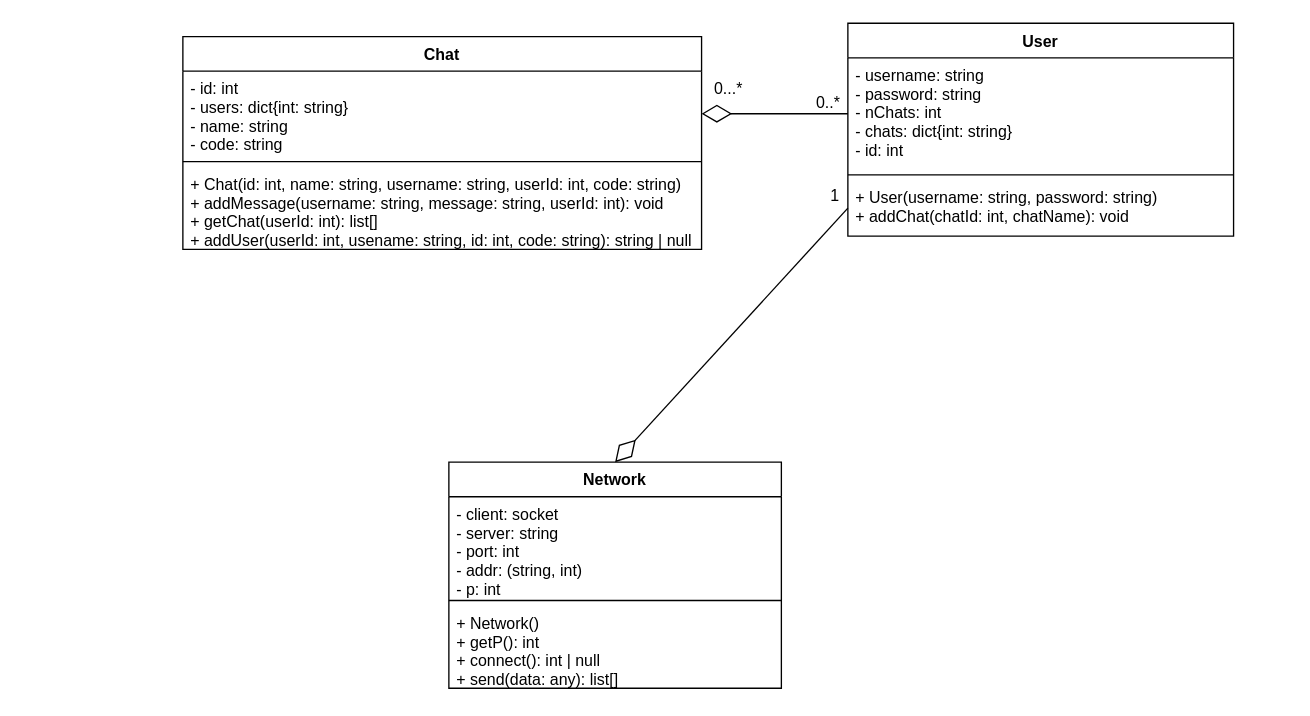
Above: ChatTogether/UML/ClassDiagram.drawio in Mo27x/pyclan (draw.io), before the change. Source tidied: cells renumbered, new cells numbered last; positions are measured from the earlier drawing's top-left corner, leaving out a move shared by most shapes. Both pictures are drawn from the tidied source at 133%, with x=0, y=0 at pixel (182, 23).
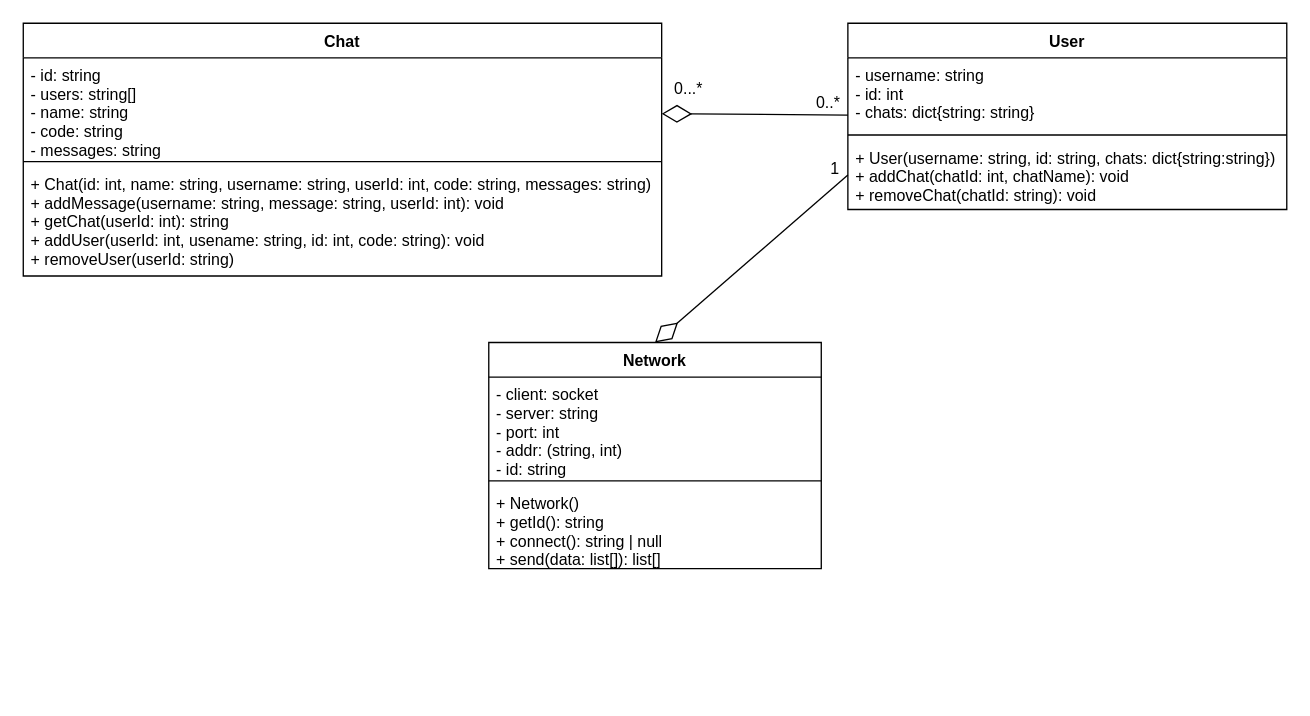
The same diagram, later.

What changed in the source:
```diff
@@
 <mxGraphModel>
   <root>
     <mxCell id="0" />
     <mxCell id="1" parent="0" />
     <mxCell id="2" value="User" style="swimlane;fontStyle=1;align=center;verticalAlign=top;horizontal=1;startSize=26;" parent="1" vertex="1">
-      <mxGeometry x="500" width="290" height="160" as="geometry" />
+      <mxGeometry x="500" width="330" height="140" as="geometry" />
     </mxCell>
-    <mxCell id="3" value="- username: string&#10;- password: string&#10;- nChats: int&#10;- chats: dict{int: string}&#10;- id: int" style="text;strokeColor=none;fillColor=none;align=left;verticalAlign=top;spacingLeft=4;spacingRight=4;overflow=hidden;points=[[0,0.5],[1,0.5]];portConstraint=eastwest;" parent="2" vertex="1">
-      <mxGeometry y="26" width="290" height="84" as="geometry" />
+    <mxCell id="3" value="- username: string&#10;- id: int&#10;- chats: dict{string: string}" style="text;strokeColor=none;fillColor=none;align=left;verticalAlign=top;spacingLeft=4;spacingRight=4;overflow=hidden;points=[[0,0.5],[1,0.5]];portConstraint=eastwest;" parent="2" vertex="1">
+      <mxGeometry y="26" width="330" height="54" as="geometry" />
     </mxCell>
     <mxCell id="4" style="line;strokeWidth=1;fillColor=none;align=left;verticalAlign=middle;spacingTop=-1;spacingLeft=3;spacingRight=3;labelPosition=right;" parent="2" vertex="1">
-      <mxGeometry y="110" width="290" height="8" as="geometry" />
+      <mxGeometry y="80" width="330" height="8" as="geometry" />
     </mxCell>
-    <mxCell id="5" value="+ User(username: string, password: string)&#10;+ addChat(chatId: int, chatName): void" style="text;strokeColor=none;fillColor=none;align=left;verticalAlign=top;spacingLeft=4;spacingRight=4;overflow=hidden;points=[[0,0.5],[1,0.5]];portConstraint=eastwest;" parent="2" vertex="1">
-      <mxGeometry y="118" width="290" height="42" as="geometry" />
+    <mxCell id="5" value="+ User(username: string, id: string, chats: dict{string:string})&#10;+ addChat(chatId: int, chatName): void&#10;+ removeChat(chatId: string): void" style="text;strokeColor=none;fillColor=none;align=left;verticalAlign=top;spacingLeft=4;spacingRight=4;overflow=hidden;points=[[0,0.5],[1,0.5]];portConstraint=eastwest;" parent="2" vertex="1">
+      <mxGeometry y="88" width="330" height="52" as="geometry" />
     </mxCell>
     <mxCell id="6" value="Chat" style="swimlane;fontStyle=1;align=center;verticalAlign=top;horizontal=1;startSize=26;" parent="1" vertex="1">
-      <mxGeometry y="10" width="390" height="160" as="geometry" />
+      <mxGeometry x="-120" width="480" height="190" as="geometry" />
     </mxCell>
-    <mxCell id="7" value="- id: int&#10;- users: dict{int: string}&#10;- name: string&#10;- code: string" style="text;strokeColor=none;fillColor=none;align=left;verticalAlign=top;spacingLeft=4;spacingRight=4;overflow=hidden;points=[[0,0.5],[1,0.5]];portConstraint=eastwest;" parent="6" vertex="1">
-      <mxGeometry y="26" width="390" height="64" as="geometry" />
+    <mxCell id="7" value="- id: string&#10;- users: string[]&#10;- name: string&#10;- code: string&#10;- messages: string" style="text;strokeColor=none;fillColor=none;align=left;verticalAlign=top;spacingLeft=4;spacingRight=4;overflow=hidden;points=[[0,0.5],[1,0.5]];portConstraint=eastwest;" parent="6" vertex="1">
+      <mxGeometry y="26" width="480" height="74" as="geometry" />
     </mxCell>
     <mxCell id="8" style="line;strokeWidth=1;fillColor=none;align=left;verticalAlign=middle;spacingTop=-1;spacingLeft=3;spacingRight=3;labelPosition=right;" parent="6" vertex="1">
-      <mxGeometry y="90" width="390" height="8" as="geometry" />
+      <mxGeometry y="100" width="480" height="8" as="geometry" />
     </mxCell>
-    <mxCell id="9" value="+ Chat(id: int, name: string, username: string, userId: int, code: string)&#10;+ addMessage(username: string, message: string, userId: int): void&#10;+ getChat(userId: int): list[]&#10;+ addUser(userId: int, usename: string, id: int, code: string): string | null" style="text;strokeColor=none;fillColor=none;align=left;verticalAlign=top;spacingLeft=4;spacingRight=4;overflow=hidden;" parent="6" vertex="1">
-      <mxGeometry y="98" width="390" height="62" as="geometry" />
+    <mxCell id="9" value="+ Chat(id: int, name: string, username: string, userId: int, code: string, messages: string)&#10;+ addMessage(username: string, message: string, userId: int): void&#10;+ getChat(userId: int): string&#10;+ addUser(userId: int, usename: string, id: int, code: string): void&#10;+ removeUser(userId: string)" style="text;strokeColor=none;fillColor=none;align=left;verticalAlign=top;spacingLeft=4;spacingRight=4;overflow=hidden;" parent="6" vertex="1">
+      <mxGeometry y="108" width="480" height="82" as="geometry" />
     </mxCell>
     <mxCell id="10" value="Network" style="swimlane;fontStyle=1;align=center;verticalAlign=top;horizontal=1;startSize=26;" parent="1" vertex="1">
-      <mxGeometry x="200" y="330" width="250" height="170" as="geometry" />
+      <mxGeometry x="230" y="240" width="250" height="170" as="geometry" />
     </mxCell>
-    <mxCell id="11" value="- client: socket&#10;- server: string&#10;- port: int&#10;- addr: (string, int)&#10;- p: int" style="text;strokeColor=none;fillColor=none;align=left;verticalAlign=top;spacingLeft=4;spacingRight=4;overflow=hidden;" parent="10" vertex="1">
+    <mxCell id="11" value="- client: socket&#10;- server: string&#10;- port: int&#10;- addr: (string, int)&#10;- id: string" style="text;strokeColor=none;fillColor=none;align=left;verticalAlign=top;spacingLeft=4;spacingRight=4;overflow=hidden;" parent="10" vertex="1">
       <mxGeometry y="26" width="250" height="74" as="geometry" />
     </mxCell>
     <mxCell id="12" style="line;strokeWidth=1;fillColor=none;align=left;verticalAlign=middle;spacingTop=-1;spacingLeft=3;spacingRight=3;labelPosition=right;" parent="10" vertex="1">
       <mxGeometry y="100" width="250" height="8" as="geometry" />
     </mxCell>
-    <mxCell id="13" value="+ Network()&#10;+ getP(): int&#10;+ connect(): int | null&#10;+ send(data: any): list[]" style="text;strokeColor=none;fillColor=none;align=left;verticalAlign=top;spacingLeft=4;spacingRight=4;overflow=hidden;" parent="10" vertex="1">
+    <mxCell id="13" value="+ Network()&#10;+ getId(): string&#10;+ connect(): string | null&#10;+ send(data: list[]): list[]" style="text;strokeColor=none;fillColor=none;align=left;verticalAlign=top;spacingLeft=4;spacingRight=4;overflow=hidden;" parent="10" vertex="1">
       <mxGeometry y="108" width="250" height="62" as="geometry" />
     </mxCell>
     <mxCell id="14" style="endArrow=none;html=1;exitX=0.5;exitY=0;exitDx=0;exitDy=0;entryX=0;entryY=0.5;entryDx=0;entryDy=0;endFill=0;startArrow=diamondThin;startFill=0;startSize=20;" parent="1" edge="1" source="10" target="5">
       <mxGeometry relative="1" as="geometry" />
     </mxCell>
-    <mxCell id="15" style="endArrow=none;html=1;startSize=20;exitX=1;exitY=0.5;exitDx=0;exitDy=0;entryX=0;entryY=0.5;entryDx=0;entryDy=0;startArrow=diamondThin;startFill=0;" parent="1" edge="1" source="7" target="3">
-      <mxGeometry relative="1" as="geometry" />
+    <mxCell id="15" style="endArrow=none;html=1;startSize=20;startArrow=diamondThin;startFill=0;" parent="1" edge="1">
+      <mxGeometry relative="1" as="geometry">
+        <mxPoint x="360" y="68" as="sourcePoint" />
+        <mxPoint x="500" y="69" as="targetPoint" />
+      </mxGeometry>
     </mxCell>
     <mxCell id="16" value="1" style="text;html=1;align=center;verticalAlign=middle;strokeColor=none;" parent="1" vertex="1">
-      <mxGeometry x="480" y="120" width="20" height="20" as="geometry" />
+      <mxGeometry x="480" y="100" width="20" height="20" as="geometry" />
     </mxCell>
     <mxCell id="17" value="0...*" style="text;html=1;align=center;verticalAlign=middle;strokeColor=none;" parent="1" vertex="1">
-      <mxGeometry x="390" y="40" width="40" height="20" as="geometry" />
+      <mxGeometry x="360" y="40" width="40" height="20" as="geometry" />
     </mxCell>
     <mxCell id="18" value="0..*" style="text;html=1;align=center;verticalAlign=middle;strokeColor=none;" parent="1" vertex="1">
       <mxGeometry x="470" y="50" width="30" height="20" as="geometry" />
     </mxCell>
   </root>
 </mxGraphModel>
```
